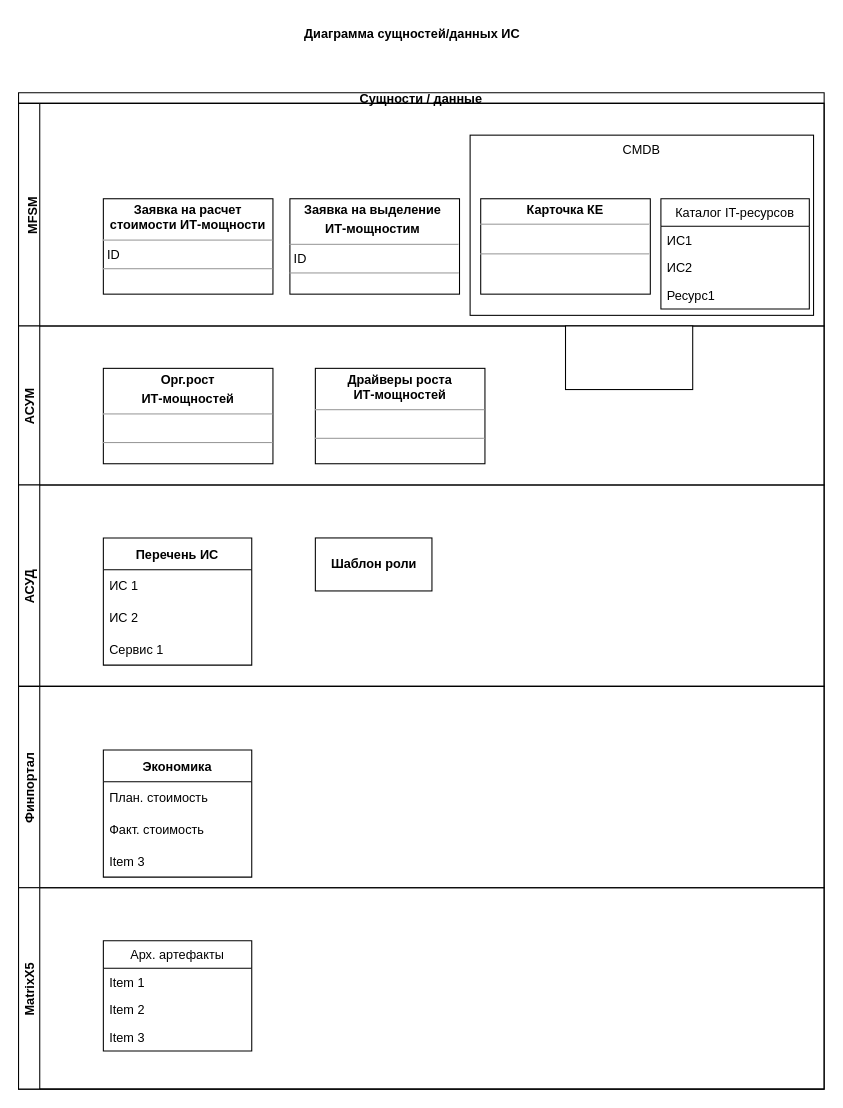
Earlier version of the draw.io diagram 20221012_ClassDiagramm_vDraft.drawio (Tonop/X5). Source tidied: cells renumbered, new cells numbered last; positions are measured from the earlier drawing's top-left corner, leaving out a move shared by most shapes. Both pictures are drawn from the tidied source at 106%, with x=0, y=0 at pixel (18, 18).
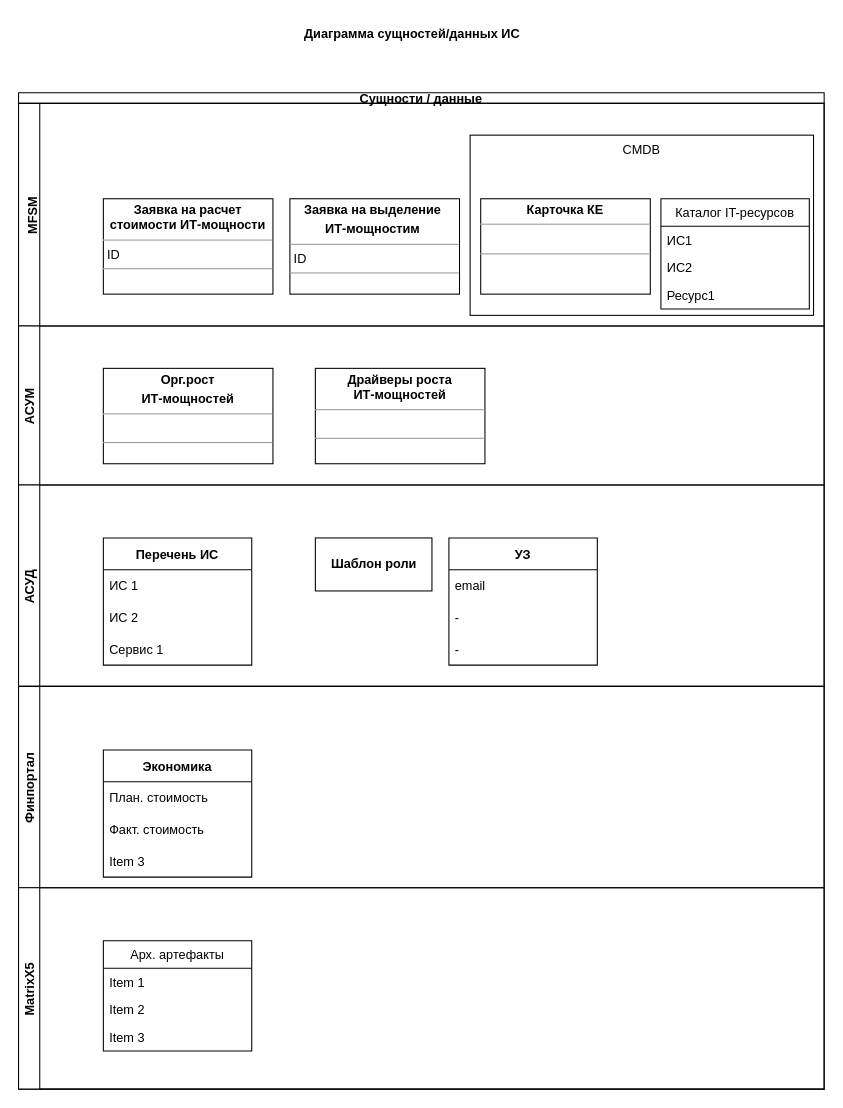
After the change.

Unchanged cells that the change refers to:
```xml
<mxCell id="25" value="АСУД" style="swimlane;startSize=20;horizontal=0;" parent="15" vertex="1">
  <mxGeometry y="370" width="760" height="190" as="geometry" />
</mxCell>
```

What changed in the source:
```diff
@@
+    <mxCell id="33" value="УЗ" style="swimlane;fontStyle=1;horizontal=1;startSize=30;" parent="25" vertex="1">
+      <mxGeometry x="406" y="50" width="140" height="120" as="geometry" />
+    </mxCell>
+    <mxCell id="34" value="email" style="text;strokeColor=none;fillColor=none;align=left;verticalAlign=middle;spacingLeft=4;spacingRight=4;overflow=hidden;" parent="33" vertex="1">
+      <mxGeometry y="30" width="140" height="30" as="geometry" />
+    </mxCell>
+    <mxCell id="35" value="-" style="text;strokeColor=none;fillColor=none;align=left;verticalAlign=middle;spacingLeft=4;spacingRight=4;overflow=hidden;" parent="33" vertex="1">
+      <mxGeometry y="60" width="140" height="30" as="geometry" />
+    </mxCell>
+    <mxCell id="36" value="-" style="text;strokeColor=none;fillColor=none;align=left;verticalAlign=middle;spacingLeft=4;spacingRight=4;overflow=hidden;" parent="33" vertex="1">
+      <mxGeometry y="90" width="140" height="30" as="geometry" />
+    </mxCell>
@@
-    <mxCell id="32" style="rounded=0;whiteSpace=wrap;html=1;" parent="1" vertex="1">
-      <mxGeometry x="516" y="290" width="120" height="60" as="geometry" />
-    </mxCell>
```
